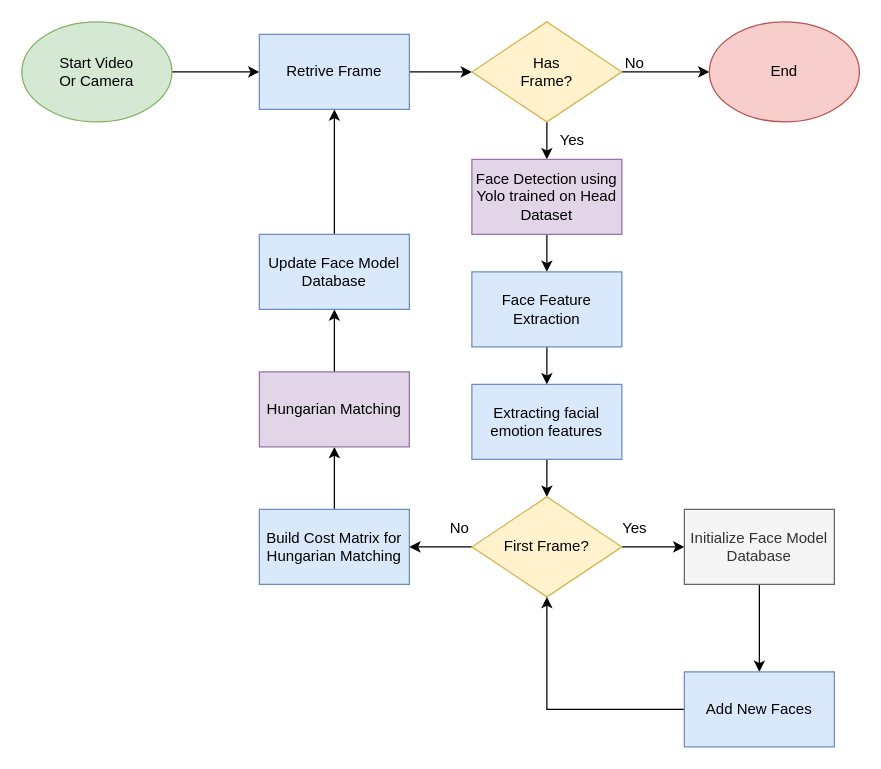
The draw.io diagram DA.drawio in LeeJunKen/Yolo_v8, before the edit. Source tidied: cells renumbered, new cells numbered last; positions are measured from the earlier drawing's top-left corner, leaving out a move shared by most shapes. Both pictures are drawn from the tidied source at 125%, with x=0, y=0 at pixel (21, 21).
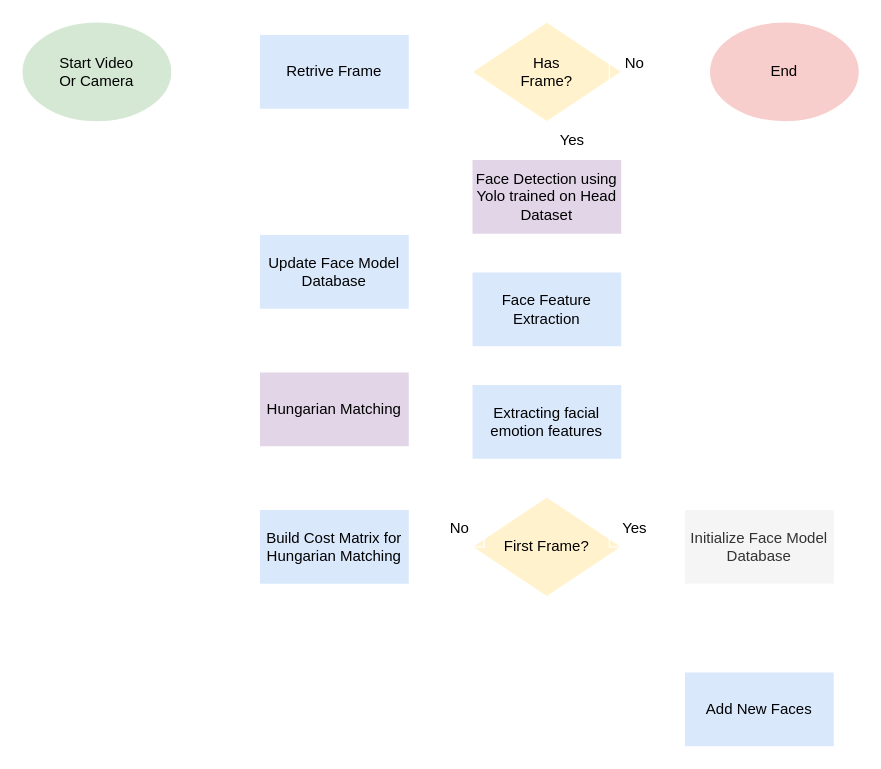
Above is the later version.

Commit message (it also covers changes not shown here):
cập nhật cost histogram

Change to the diagram source:
```diff
@@
-    <mxCell id="2" style="edgeStyle=orthogonalEdgeStyle;rounded=0;jettySize=auto;html=1;exitX=1;exitY=0.5;exitDx=0;exitDy=0;entryX=0;entryY=0.5;entryDx=0;entryDy=0;" parent="1" edge="1" source="3" target="5">
+    <mxCell id="2" style="edgeStyle=orthogonalEdgeStyle;rounded=0;jettySize=auto;html=1;exitX=1;exitY=0.5;exitDx=0;exitDy=0;entryX=0;entryY=0.5;entryDx=0;entryDy=0;strokeColor=#FFFFFF;" parent="1" edge="1" source="3" target="5">
       <mxGeometry relative="1" as="geometry" />
     </mxCell>
-    <mxCell id="3" value="Start Video&lt;div&gt;Or Camera&lt;/div&gt;" style="ellipse;whiteSpace=wrap;html=1;fillColor=#d5e8d4;strokeColor=#82b366;" parent="1" vertex="1">
+    <mxCell id="3" value="Start Video&lt;div&gt;Or Camera&lt;/div&gt;" style="ellipse;whiteSpace=wrap;html=1;fillColor=#d5e8d4;strokeColor=#FFFFFF;" parent="1" vertex="1">
       <mxGeometry width="120" height="80" as="geometry" />
     </mxCell>
-    <mxCell id="4" style="edgeStyle=orthogonalEdgeStyle;rounded=0;jettySize=auto;html=1;exitX=1;exitY=0.5;exitDx=0;exitDy=0;entryX=0;entryY=0.5;entryDx=0;entryDy=0;" parent="1" edge="1" source="5" target="8">
+    <mxCell id="4" style="edgeStyle=orthogonalEdgeStyle;rounded=0;jettySize=auto;html=1;exitX=1;exitY=0.5;exitDx=0;exitDy=0;entryX=0;entryY=0.5;entryDx=0;entryDy=0;strokeColor=#FFFFFF;" parent="1" edge="1" source="5" target="8">
       <mxGeometry relative="1" as="geometry" />
     </mxCell>
-    <mxCell id="5" value="Retrive Frame" style="rounded=0;whiteSpace=wrap;html=1;fillColor=#dae8fc;strokeColor=#6c8ebf;" parent="1" vertex="1">
+    <mxCell id="5" value="Retrive Frame" style="rounded=0;whiteSpace=wrap;html=1;fillColor=#dae8fc;strokeColor=#FFFFFF;" parent="1" vertex="1">
       <mxGeometry x="190" y="10" width="120" height="60" as="geometry" />
     </mxCell>
-    <mxCell id="6" style="edgeStyle=orthogonalEdgeStyle;rounded=0;jettySize=auto;html=1;exitX=1;exitY=0.5;exitDx=0;exitDy=0;entryX=0;entryY=0.5;entryDx=0;entryDy=0;" parent="1" edge="1" source="8" target="9">
+    <mxCell id="6" style="edgeStyle=orthogonalEdgeStyle;rounded=0;jettySize=auto;html=1;exitX=1;exitY=0.5;exitDx=0;exitDy=0;entryX=0;entryY=0.5;entryDx=0;entryDy=0;strokeColor=#FFFFFF;" parent="1" edge="1" source="8" target="9">
       <mxGeometry relative="1" as="geometry" />
     </mxCell>
-    <mxCell id="7" style="edgeStyle=orthogonalEdgeStyle;rounded=0;jettySize=auto;html=1;exitX=0.5;exitY=1;exitDx=0;exitDy=0;entryX=0.5;entryY=0;entryDx=0;entryDy=0;" parent="1" edge="1" source="8" target="12">
+    <mxCell id="7" style="edgeStyle=orthogonalEdgeStyle;rounded=0;jettySize=auto;html=1;exitX=0.5;exitY=1;exitDx=0;exitDy=0;entryX=0.5;entryY=0;entryDx=0;entryDy=0;strokeColor=#FFFFFF;" parent="1" edge="1" source="8" target="12">
       <mxGeometry relative="1" as="geometry" />
     </mxCell>
-    <mxCell id="8" value="Has&lt;div&gt;Frame?&lt;/div&gt;" style="rhombus;whiteSpace=wrap;html=1;fillColor=#fff2cc;strokeColor=#d6b656;" parent="1" vertex="1">
+    <mxCell id="8" value="Has&lt;div&gt;Frame?&lt;/div&gt;" style="rhombus;whiteSpace=wrap;html=1;fillColor=#fff2cc;strokeColor=#FFFFFF;" parent="1" vertex="1">
       <mxGeometry x="360" width="120" height="80" as="geometry" />
     </mxCell>
-    <mxCell id="9" value="End" style="ellipse;whiteSpace=wrap;html=1;fillColor=#f8cecc;strokeColor=#b85450;" parent="1" vertex="1">
+    <mxCell id="9" value="End" style="ellipse;whiteSpace=wrap;html=1;fillColor=#f8cecc;strokeColor=#FFFFFF;" parent="1" vertex="1">
       <mxGeometry x="550" width="120" height="80" as="geometry" />
     </mxCell>
-    <mxCell id="10" value="No" style="text;html=1;align=center;verticalAlign=middle;strokeColor=none;fillColor=none;" parent="1" vertex="1">
+    <mxCell id="10" value="No" style="text;html=1;align=center;verticalAlign=middle;strokeColor=#FFFFFF;fillColor=none;" parent="1" vertex="1">
       <mxGeometry x="470" y="18" width="40" height="30" as="geometry" />
     </mxCell>
-    <mxCell id="11" style="edgeStyle=orthogonalEdgeStyle;rounded=0;jettySize=auto;html=1;exitX=0.5;exitY=1;exitDx=0;exitDy=0;entryX=0.5;entryY=0;entryDx=0;entryDy=0;" parent="1" edge="1" source="12" target="20">
+    <mxCell id="11" style="edgeStyle=orthogonalEdgeStyle;rounded=0;jettySize=auto;html=1;exitX=0.5;exitY=1;exitDx=0;exitDy=0;entryX=0.5;entryY=0;entryDx=0;entryDy=0;strokeColor=#FFFFFF;" parent="1" edge="1" source="12" target="20">
       <mxGeometry relative="1" as="geometry" />
     </mxCell>
-    <mxCell id="12" value="&lt;div&gt;Face Detection using&lt;/div&gt;&lt;div&gt;Yolo trained on Head&lt;/div&gt;&lt;div&gt;Dataset&lt;/div&gt;" style="rounded=0;whiteSpace=wrap;html=1;fillColor=#e1d5e7;strokeColor=#9673a6;" parent="1" vertex="1">
+    <mxCell id="12" value="&lt;div&gt;Face Detection using&lt;/div&gt;&lt;div&gt;Yolo trained on Head&lt;/div&gt;&lt;div&gt;Dataset&lt;/div&gt;" style="rounded=0;whiteSpace=wrap;html=1;fillColor=#e1d5e7;strokeColor=#FFFFFF;" parent="1" vertex="1">
       <mxGeometry x="360" y="110" width="120" height="60" as="geometry" />
     </mxCell>
-    <mxCell id="13" value="Yes" style="text;html=1;align=center;verticalAlign=middle;strokeColor=none;fillColor=none;" parent="1" vertex="1">
+    <mxCell id="13" value="Yes" style="text;html=1;align=center;verticalAlign=middle;strokeColor=#FFFFFF;fillColor=none;" parent="1" vertex="1">
       <mxGeometry x="420" y="80" width="40" height="30" as="geometry" />
     </mxCell>
-    <mxCell id="14" style="edgeStyle=orthogonalEdgeStyle;rounded=0;jettySize=auto;html=1;exitX=0.5;exitY=1;exitDx=0;exitDy=0;entryX=0.5;entryY=0;entryDx=0;entryDy=0;" parent="1" edge="1" source="15" target="18">
+    <mxCell id="14" style="edgeStyle=orthogonalEdgeStyle;rounded=0;jettySize=auto;html=1;exitX=0.5;exitY=1;exitDx=0;exitDy=0;entryX=0.5;entryY=0;entryDx=0;entryDy=0;strokeColor=#FFFFFF;" parent="1" edge="1" source="15" target="18">
       <mxGeometry relative="1" as="geometry" />
     </mxCell>
-    <mxCell id="15" value="Extracting facial emotion features" style="rounded=0;whiteSpace=wrap;html=1;fillColor=#dae8fc;strokeColor=#6c8ebf;" parent="1" vertex="1">
+    <mxCell id="15" value="Extracting facial emotion features" style="rounded=0;whiteSpace=wrap;html=1;fillColor=#dae8fc;strokeColor=#FFFFFF;" parent="1" vertex="1">
       <mxGeometry x="360" y="290" width="120" height="60" as="geometry" />
     </mxCell>
-    <mxCell id="16" style="edgeStyle=orthogonalEdgeStyle;rounded=0;jettySize=auto;html=1;exitX=1;exitY=0.5;exitDx=0;exitDy=0;entryX=0;entryY=0.5;entryDx=0;entryDy=0;" parent="1" edge="1" source="18" target="22">
+    <mxCell id="16" style="edgeStyle=orthogonalEdgeStyle;rounded=0;jettySize=auto;html=1;exitX=1;exitY=0.5;exitDx=0;exitDy=0;entryX=0;entryY=0.5;entryDx=0;entryDy=0;strokeColor=#FFFFFF;" parent="1" edge="1" source="18" target="22">
       <mxGeometry relative="1" as="geometry" />
     </mxCell>
-    <mxCell id="17" style="edgeStyle=orthogonalEdgeStyle;rounded=0;jettySize=auto;html=1;exitX=0;exitY=0.5;exitDx=0;exitDy=0;entryX=1;entryY=0.5;entryDx=0;entryDy=0;" parent="1" edge="1" source="18" target="26">
+    <mxCell id="17" style="edgeStyle=orthogonalEdgeStyle;rounded=0;jettySize=auto;html=1;exitX=0;exitY=0.5;exitDx=0;exitDy=0;entryX=1;entryY=0.5;entryDx=0;entryDy=0;strokeColor=#FFFFFF;" parent="1" edge="1" source="18" target="26">
       <mxGeometry relative="1" as="geometry" />
     </mxCell>
-    <mxCell id="18" value="First Frame?" style="rhombus;whiteSpace=wrap;html=1;fillColor=#fff2cc;strokeColor=#d6b656;" parent="1" vertex="1">
+    <mxCell id="18" value="First Frame?" style="rhombus;whiteSpace=wrap;html=1;fillColor=#fff2cc;strokeColor=#FFFFFF;" parent="1" vertex="1">
       <mxGeometry x="360" y="380" width="120" height="80" as="geometry" />
     </mxCell>
-    <mxCell id="19" style="edgeStyle=orthogonalEdgeStyle;rounded=0;jettySize=auto;html=1;exitX=0.5;exitY=1;exitDx=0;exitDy=0;entryX=0.5;entryY=0;entryDx=0;entryDy=0;" parent="1" edge="1" source="20" target="15">
+    <mxCell id="19" style="edgeStyle=orthogonalEdgeStyle;rounded=0;jettySize=auto;html=1;exitX=0.5;exitY=1;exitDx=0;exitDy=0;entryX=0.5;entryY=0;entryDx=0;entryDy=0;strokeColor=#FFFFFF;" parent="1" edge="1" source="20" target="15">
       <mxGeometry relative="1" as="geometry" />
     </mxCell>
-    <mxCell id="20" value="&lt;div&gt;Face Feature&lt;/div&gt;&lt;div&gt;Extraction&lt;/div&gt;" style="rounded=0;whiteSpace=wrap;html=1;fillColor=#dae8fc;strokeColor=#6c8ebf;" parent="1" vertex="1">
+    <mxCell id="20" value="&lt;div&gt;Face Feature&lt;/div&gt;&lt;div&gt;Extraction&lt;/div&gt;" style="rounded=0;whiteSpace=wrap;html=1;fillColor=#dae8fc;strokeColor=#FFFFFF;" parent="1" vertex="1">
       <mxGeometry x="360" y="200" width="120" height="60" as="geometry" />
     </mxCell>
-    <mxCell id="21" style="edgeStyle=orthogonalEdgeStyle;rounded=0;jettySize=auto;html=1;exitX=0.5;exitY=1;exitDx=0;exitDy=0;entryX=0.5;entryY=0;entryDx=0;entryDy=0;" parent="1" edge="1" source="22" target="24">
+    <mxCell id="21" style="edgeStyle=orthogonalEdgeStyle;rounded=0;jettySize=auto;html=1;exitX=0.5;exitY=1;exitDx=0;exitDy=0;entryX=0.5;entryY=0;entryDx=0;entryDy=0;strokeColor=#FFFFFF;" parent="1" edge="1" source="22" target="24">
       <mxGeometry relative="1" as="geometry" />
     </mxCell>
-    <mxCell id="22" value="&lt;div&gt;Initialize Face Model&lt;/div&gt;&lt;div&gt;Database&lt;/div&gt;" style="rounded=0;whiteSpace=wrap;html=1;fillColor=#f5f5f5;fontColor=#333333;strokeColor=#666666;" parent="1" vertex="1">
+    <mxCell id="22" value="&lt;div&gt;Initialize Face Model&lt;/div&gt;&lt;div&gt;Database&lt;/div&gt;" style="rounded=0;whiteSpace=wrap;html=1;fillColor=#f5f5f5;fontColor=#333333;strokeColor=#FFFFFF;" parent="1" vertex="1">
       <mxGeometry x="530" y="390" width="120" height="60" as="geometry" />
     </mxCell>
-    <mxCell id="23" style="edgeStyle=orthogonalEdgeStyle;rounded=0;jettySize=auto;html=1;exitX=0;exitY=0.5;exitDx=0;exitDy=0;entryX=0.5;entryY=1;entryDx=0;entryDy=0;" parent="1" edge="1" source="24" target="18">
+    <mxCell id="23" style="edgeStyle=orthogonalEdgeStyle;rounded=0;jettySize=auto;html=1;exitX=0;exitY=0.5;exitDx=0;exitDy=0;entryX=0.5;entryY=1;entryDx=0;entryDy=0;strokeColor=#FFFFFF;" parent="1" edge="1" source="24" target="18">
       <mxGeometry relative="1" as="geometry" />
     </mxCell>
-    <mxCell id="24" value="&lt;div&gt;Add New Faces&lt;/div&gt;" style="rounded=0;whiteSpace=wrap;html=1;fillColor=#dae8fc;strokeColor=#6c8ebf;" parent="1" vertex="1">
+    <mxCell id="24" value="&lt;div&gt;Add New Faces&lt;/div&gt;" style="rounded=0;whiteSpace=wrap;html=1;fillColor=#dae8fc;strokeColor=#FFFFFF;" parent="1" vertex="1">
       <mxGeometry x="530" y="520" width="120" height="60" as="geometry" />
     </mxCell>
-    <mxCell id="25" style="edgeStyle=orthogonalEdgeStyle;rounded=0;jettySize=auto;html=1;exitX=0.5;exitY=0;exitDx=0;exitDy=0;entryX=0.5;entryY=1;entryDx=0;entryDy=0;" parent="1" edge="1" source="26" target="28">
+    <mxCell id="25" style="edgeStyle=orthogonalEdgeStyle;rounded=0;jettySize=auto;html=1;exitX=0.5;exitY=0;exitDx=0;exitDy=0;entryX=0.5;entryY=1;entryDx=0;entryDy=0;strokeColor=#FFFFFF;" parent="1" edge="1" source="26" target="28">
       <mxGeometry relative="1" as="geometry" />
     </mxCell>
-    <mxCell id="26" value="&lt;div&gt;Build Cost Matrix for&lt;/div&gt;&lt;div&gt;Hungarian Matching&lt;/div&gt;" style="rounded=0;whiteSpace=wrap;html=1;fillColor=#dae8fc;strokeColor=#6c8ebf;" parent="1" vertex="1">
+    <mxCell id="26" value="&lt;div&gt;Build Cost Matrix for&lt;/div&gt;&lt;div&gt;Hungarian Matching&lt;/div&gt;" style="rounded=0;whiteSpace=wrap;html=1;fillColor=#dae8fc;strokeColor=#FFFFFF;" parent="1" vertex="1">
       <mxGeometry x="190" y="390" width="120" height="60" as="geometry" />
     </mxCell>
-    <mxCell id="27" style="edgeStyle=orthogonalEdgeStyle;rounded=0;jettySize=auto;html=1;exitX=0.5;exitY=0;exitDx=0;exitDy=0;entryX=0.5;entryY=1;entryDx=0;entryDy=0;" parent="1" edge="1" source="28" target="30">
+    <mxCell id="27" style="edgeStyle=orthogonalEdgeStyle;rounded=0;jettySize=auto;html=1;exitX=0.5;exitY=0;exitDx=0;exitDy=0;entryX=0.5;entryY=1;entryDx=0;entryDy=0;strokeColor=#FFFFFF;" parent="1" edge="1" source="28" target="30">
       <mxGeometry relative="1" as="geometry" />
     </mxCell>
-    <mxCell id="28" value="Hungarian Matching" style="rounded=0;whiteSpace=wrap;html=1;fillColor=#e1d5e7;strokeColor=#9673a6;" parent="1" vertex="1">
+    <mxCell id="28" value="Hungarian Matching" style="rounded=0;whiteSpace=wrap;html=1;fillColor=#e1d5e7;strokeColor=#FFFFFF;" parent="1" vertex="1">
       <mxGeometry x="190" y="280" width="120" height="60" as="geometry" />
     </mxCell>
-    <mxCell id="29" style="edgeStyle=orthogonalEdgeStyle;rounded=0;jettySize=auto;html=1;exitX=0.5;exitY=0;exitDx=0;exitDy=0;entryX=0.5;entryY=1;entryDx=0;entryDy=0;" parent="1" edge="1" source="30" target="5">
+    <mxCell id="29" style="edgeStyle=orthogonalEdgeStyle;rounded=0;jettySize=auto;html=1;exitX=0.5;exitY=0;exitDx=0;exitDy=0;entryX=0.5;entryY=1;entryDx=0;entryDy=0;strokeColor=#FFFFFF;" parent="1" edge="1" source="30" target="5">
       <mxGeometry relative="1" as="geometry" />
     </mxCell>
-    <mxCell id="30" value="&lt;div&gt;Update Face Model&lt;/div&gt;&lt;div&gt;Database&lt;/div&gt;" style="rounded=0;whiteSpace=wrap;html=1;fillColor=#dae8fc;strokeColor=#6c8ebf;" parent="1" vertex="1">
+    <mxCell id="30" value="&lt;div&gt;Update Face Model&lt;/div&gt;&lt;div&gt;Database&lt;/div&gt;" style="rounded=0;whiteSpace=wrap;html=1;fillColor=#dae8fc;strokeColor=#FFFFFF;" parent="1" vertex="1">
       <mxGeometry x="190" y="170" width="120" height="60" as="geometry" />
     </mxCell>
-    <mxCell id="31" value="Yes" style="text;html=1;align=center;verticalAlign=middle;strokeColor=none;fillColor=none;" parent="1" vertex="1">
+    <mxCell id="31" value="Yes" style="text;html=1;align=center;verticalAlign=middle;strokeColor=#FFFFFF;fillColor=none;" parent="1" vertex="1">
       <mxGeometry x="470" y="390" width="40" height="30" as="geometry" />
     </mxCell>
-    <mxCell id="32" value="No" style="text;html=1;align=center;verticalAlign=middle;strokeColor=none;fillColor=none;" parent="1" vertex="1">
+    <mxCell id="32" value="No" style="text;html=1;align=center;verticalAlign=middle;strokeColor=#FFFFFF;fillColor=none;" parent="1" vertex="1">
       <mxGeometry x="330" y="390" width="40" height="30" as="geometry" />
     </mxCell>
```
